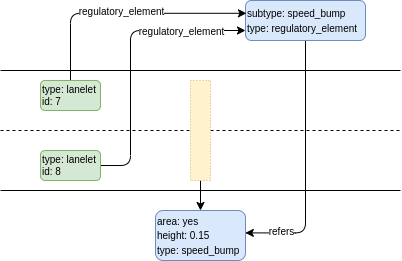
The draw.io diagram tmp/lanelet2_extension/docs/speed_bump.png in autowarefoundation/autoware_common, before a commit. Source tidied: cells renumbered, new cells last; positions are measured from the earlier drawing's top-left corner, leaving out a move shared by most shapes.
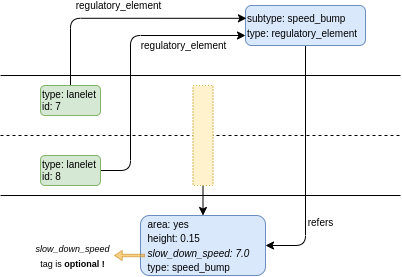
After the commit.

Commit message:
docs: add optional tag & update speed_bump figure

The edit, as a diff of the source:
```diff
@@ -24,17 +24,17 @@
       <mxGeometry relative="1" as="geometry" />
     </mxCell>
     <mxCell id="6" style="rounded=0;whiteSpace=wrap;html=1;dashed=1;dashPattern=1 2;glass=0;fillColor=#fff2cc;strokeColor=#d6b656;" parent="1" vertex="1">
-      <mxGeometry x="190" y="80" width="20" height="100" as="geometry" />
+      <mxGeometry x="192.5" y="80" width="20" height="100" as="geometry" />
     </mxCell>
-    <mxCell id="7" value="&lt;font style=&quot;font-size: 10px;&quot;&gt;area: yes&lt;br&gt;height: 0.15&lt;br&gt;type: speed_bump&lt;/font&gt;" style="rounded=1;whiteSpace=wrap;html=1;glass=0;fillColor=#dae8fc;align=left;strokeColor=#6c8ebf;" parent="1" vertex="1">
-      <mxGeometry x="155" y="210" width="90" height="50" as="geometry" />
+    <mxCell id="7" value="&lt;font style=&quot;&quot;&gt;&lt;span style=&quot;font-size: 10px;&quot;&gt;&amp;nbsp; area: yes&lt;/span&gt;&lt;br&gt;&lt;span style=&quot;font-size: 10px;&quot;&gt;&amp;nbsp; height: 0.15&lt;br&gt;&lt;/span&gt;&lt;i style=&quot;font-size: 10px;&quot;&gt;&amp;nbsp; slow_down_speed: 7.0&lt;/i&gt;&lt;br&gt;&lt;span style=&quot;font-size: 10px;&quot;&gt;&amp;nbsp; type: speed_bump&lt;/span&gt;&lt;br&gt;&lt;/font&gt;" style="rounded=1;whiteSpace=wrap;html=1;glass=0;fillColor=#dae8fc;align=left;strokeColor=#6c8ebf;" parent="1" vertex="1">
+      <mxGeometry x="140" y="210" width="125" height="60" as="geometry" />
     </mxCell>
-    <mxCell id="8" style="edgeStyle=orthogonalEdgeStyle;rounded=1;jettySize=auto;html=1;exitX=0.5;exitY=1;exitDx=0;exitDy=0;entryX=0.998;entryY=0.448;entryDx=0;entryDy=0;entryPerimeter=0;fontSize=10;" parent="1" edge="1" source="10" target="7">
+    <mxCell id="8" style="edgeStyle=orthogonalEdgeStyle;rounded=1;jettySize=auto;html=1;exitX=0.5;exitY=1;exitDx=0;exitDy=0;entryX=1;entryY=0.5;entryDx=0;entryDy=0;fontSize=10;" parent="1" edge="1" source="10" target="7">
       <mxGeometry relative="1" as="geometry" />
     </mxCell>
-    <mxCell id="9" value="refers" style="edgeLabel;html=1;align=center;verticalAlign=middle;fontSize=10;" parent="8" vertex="1">
+    <mxCell id="9" value="refers" style="edgeLabel;html=1;align=center;verticalAlign=middle;fontSize=10;labelBackgroundColor=none;" parent="8" vertex="1">
       <mxGeometry x="0.06" y="1" relative="1" as="geometry">
-        <mxPoint x="-26" y="56" as="offset" />
+        <mxPoint x="14" y="49" as="offset" />
       </mxGeometry>
     </mxCell>
     <mxCell id="10" value="&lt;font style=&quot;font-size: 10px;&quot;&gt;subtype: speed_bump&lt;br&gt;type: regulatory_element&lt;/font&gt;" style="rounded=1;whiteSpace=wrap;html=1;glass=0;fillColor=#dae8fc;align=left;strokeColor=#6c8ebf;" parent="1" vertex="1">
@@ -57,11 +57,19 @@
     <mxCell id="14" value="type: lanelet&lt;br&gt;id: 8" style="rounded=1;whiteSpace=wrap;html=1;glass=0;fontSize=10;fillColor=#d5e8d4;align=left;strokeColor=#82b366;" parent="1" vertex="1">
       <mxGeometry x="40" y="150" width="60" height="30" as="geometry" />
     </mxCell>
-    <mxCell id="15" value="regulatory_element" style="edgeLabel;html=1;align=center;verticalAlign=middle;fontSize=10;" parent="1" vertex="1">
-      <mxGeometry x="120" y="10" as="geometry" />
+    <mxCell id="15" value="regulatory_element" style="edgeLabel;html=1;align=center;verticalAlign=middle;fontSize=10;labelBackgroundColor=none;" parent="1" vertex="1">
+      <mxGeometry x="120" y="10" as="geometry">
+        <mxPoint x="-2" y="-10" as="offset" />
+      </mxGeometry>
     </mxCell>
     <mxCell id="16" value="regulatory_element" style="edgeLabel;html=1;align=center;verticalAlign=middle;fontSize=10;" parent="1" vertex="1">
-      <mxGeometry x="180" y="30" as="geometry" />
+      <mxGeometry x="182.5" y="40" as="geometry" />
     </mxCell>
+    <mxCell id="17" style="html=1;shadow=0;dashed=0;align=center;verticalAlign=middle;shape=mxgraph.arrows2.arrow;dy=0.75;dx=7.74;direction=north;notch=0;rounded=1;glass=0;dashPattern=1 2;labelBackgroundColor=none;sketch=0;fillColor=#f0a30a;opacity=50;rotation=-90;strokeColor=#BD7000;fontColor=#000000;" parent="1" vertex="1">
+      <mxGeometry x="124" y="235" width="10" height="30" as="geometry" />
+    </mxCell>
+    <mxCell id="18" value="&lt;font style=&quot;font-size: 9px;&quot;&gt;&lt;i&gt;slow_down_speed&lt;br&gt;&lt;/i&gt;tag is &lt;b&gt;optional !&lt;/b&gt;&lt;/font&gt;" style="text;html=1;align=center;verticalAlign=middle;strokeColor=none;fillColor=none;dashed=1;" parent="1" vertex="1">
+      <mxGeometry x="22" y="230" width="100" height="40" as="geometry" />
+    </mxCell>
   </root>
 </mxGraphModel>
```
